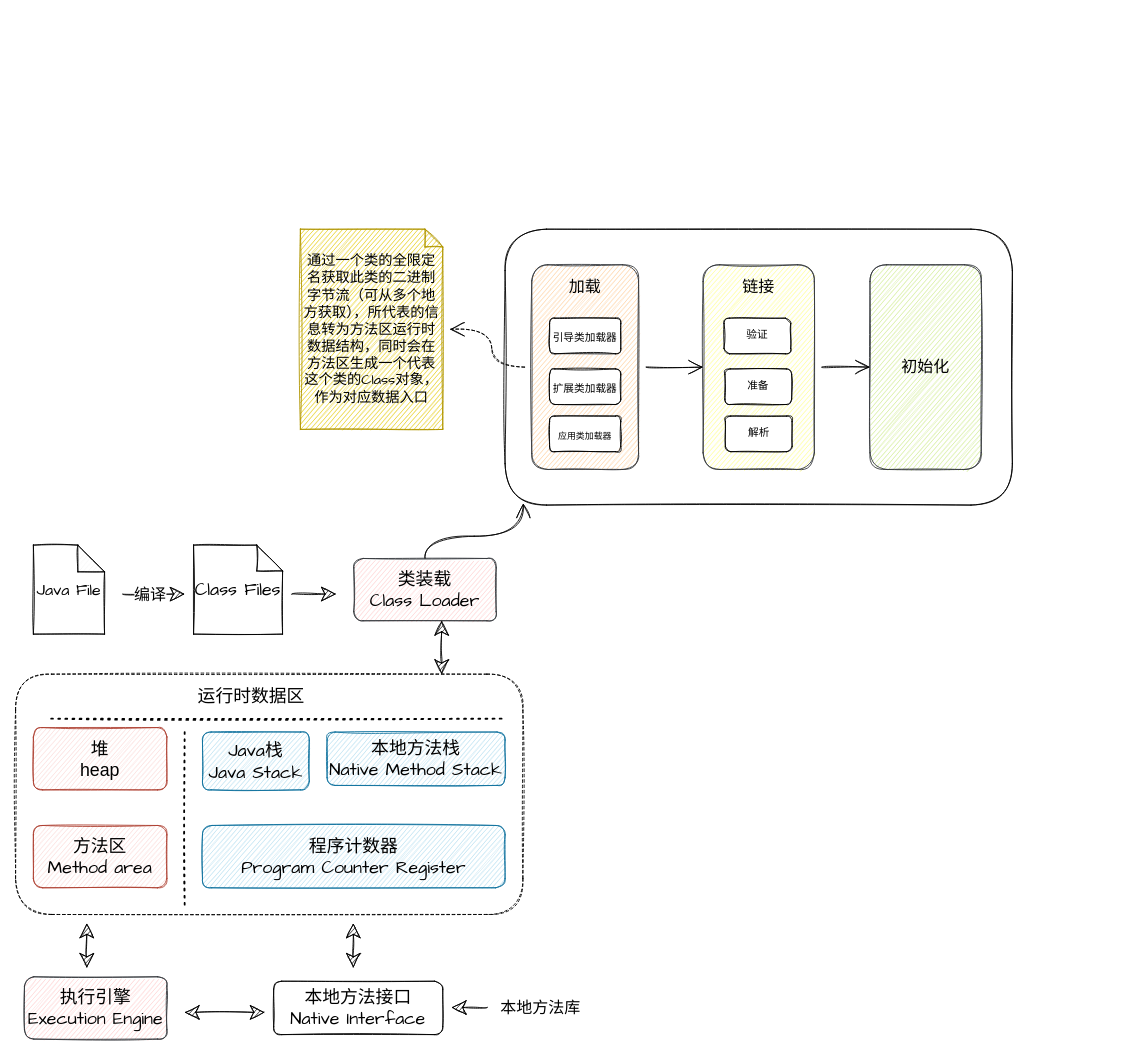
kchastes/blog keeps this draw.io diagram as study-note/JVM.drawio. Above is the earlier version. Source tidied: cells renumbered, new cells numbered last; positions are measured from the earlier drawing's top-left corner, leaving out a move shared by most shapes. Both pictures are drawn from the tidied source at 89%, with x=0, y=0 at pixel (15, 229).
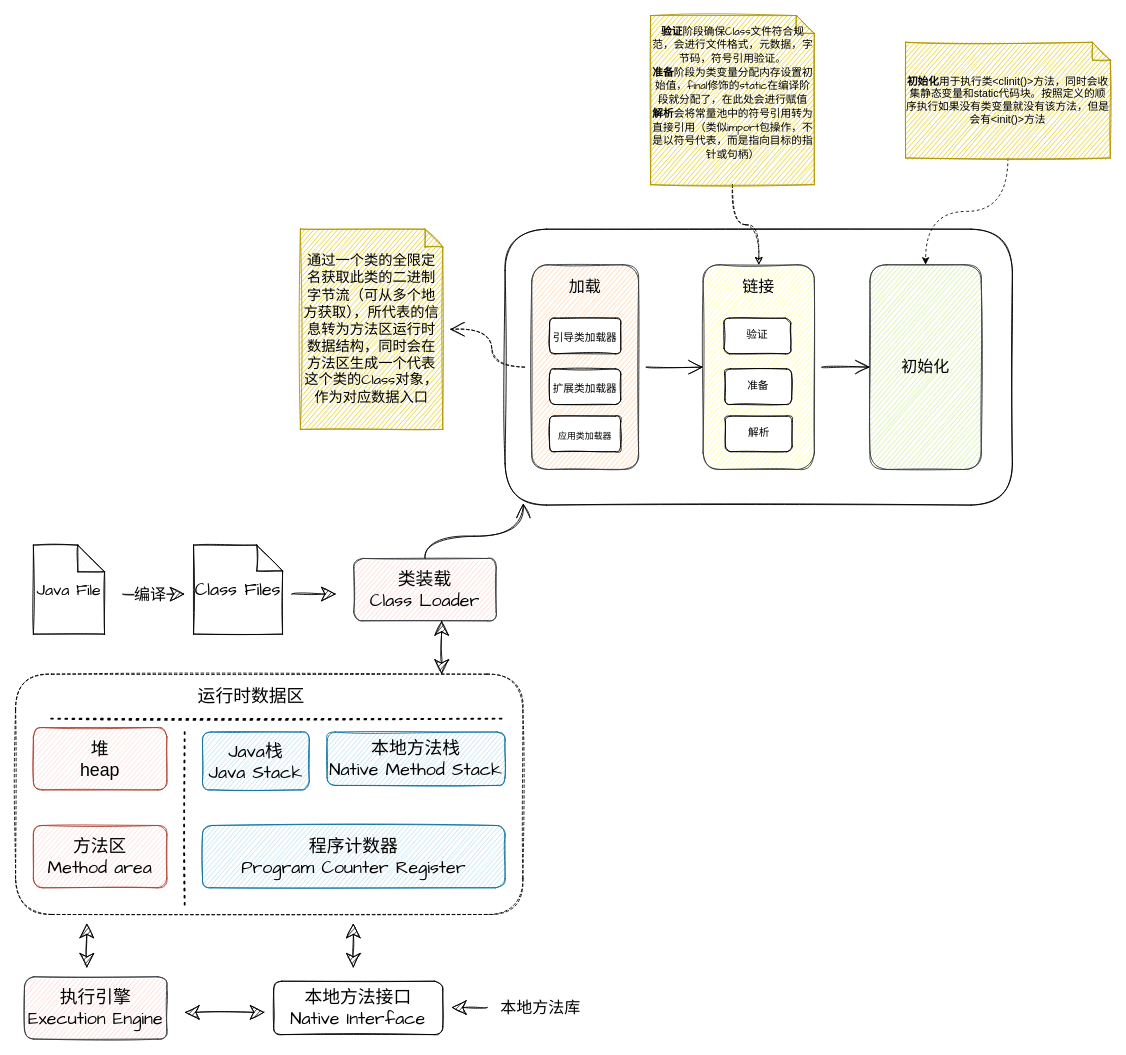
After the change.

Unchanged cells that the change refers to:
```xml
<mxCell id="31" style="rounded=1;whiteSpace=wrap;html=1;sketch=1;hachureGap=4;fontFamily=Architects Daughter;fontSize=18;fillColor=#ffff88;strokeColor=#36393d;" parent="1" vertex="1">
  <mxGeometry x="772.5" y="40" width="125" height="230" as="geometry" />
</mxCell>
<mxCell id="32" value="初始化" style="rounded=1;whiteSpace=wrap;html=1;sketch=1;hachureGap=4;fontFamily=Architects Daughter;fontSize=18;fillColor=#cdeb8b;strokeColor=#36393d;" parent="1" vertex="1">
  <mxGeometry x="960" y="40" width="125" height="230" as="geometry" />
</mxCell>
```

Diff of the diagram source:
```diff
@@
+    <mxCell id="42" style="edgeStyle=orthogonalEdgeStyle;jettySize=auto;html=1;exitX=0.5;exitY=1;exitDx=0;exitDy=0;exitPerimeter=0;entryX=0.5;entryY=0;entryDx=0;entryDy=0;fontFamily=Comic Sans MS;sketch=1;curved=1;dashed=1;" parent="1" edge="1" source="43" target="31">
+      <mxGeometry relative="1" as="geometry" />
+    </mxCell>
+    <mxCell id="43" value="&lt;font face=&quot;Comic Sans MS&quot;&gt;&lt;b&gt;验证&lt;/b&gt;阶段确保Class文件符合规范，会进行文件格式，元数据，字节码，符号引用验证。&lt;br&gt;&lt;b&gt;准备&lt;/b&gt;阶段为类变量分配内存设置初始值，final修饰的static在编译阶段就分配了，在此处会进行赋值&lt;br&gt;&lt;b&gt;解析&lt;/b&gt;会将常量池中的符号引用转为直接引用（类似import包操作，不是以符号代表，而是指向目标的指针或句柄）&lt;br&gt;&lt;br&gt;&lt;/font&gt;" style="shape=note;size=20;whiteSpace=wrap;html=1;fillColor=#e3c800;strokeColor=#B09500;sketch=1;fontColor=#000000;" parent="1" vertex="1">
+      <mxGeometry x="713.5" y="-240" width="184" height="190" as="geometry" />
+    </mxCell>
+    <mxCell id="44" style="edgeStyle=orthogonalEdgeStyle;jettySize=auto;html=1;exitX=0.5;exitY=1;exitDx=0;exitDy=0;exitPerimeter=0;curved=1;dashed=1;" parent="1" edge="1" source="45" target="32">
+      <mxGeometry relative="1" as="geometry" />
+    </mxCell>
+    <mxCell id="45" value="&lt;b&gt;初始化&lt;/b&gt;用于执行类&amp;lt;clinit()&amp;gt;方法，同时会收集静态变量和static代码块。按照定义的顺序执行如果没有类变量就没有该方法，但是会有&amp;lt;init()&amp;gt;方法" style="shape=note;size=20;whiteSpace=wrap;html=1;fillColor=#e3c800;strokeColor=#B09500;sketch=1;fontColor=#000000;" parent="1" vertex="1">
+      <mxGeometry x="1000" y="-210" width="230" height="130" as="geometry" />
+    </mxCell>
```
